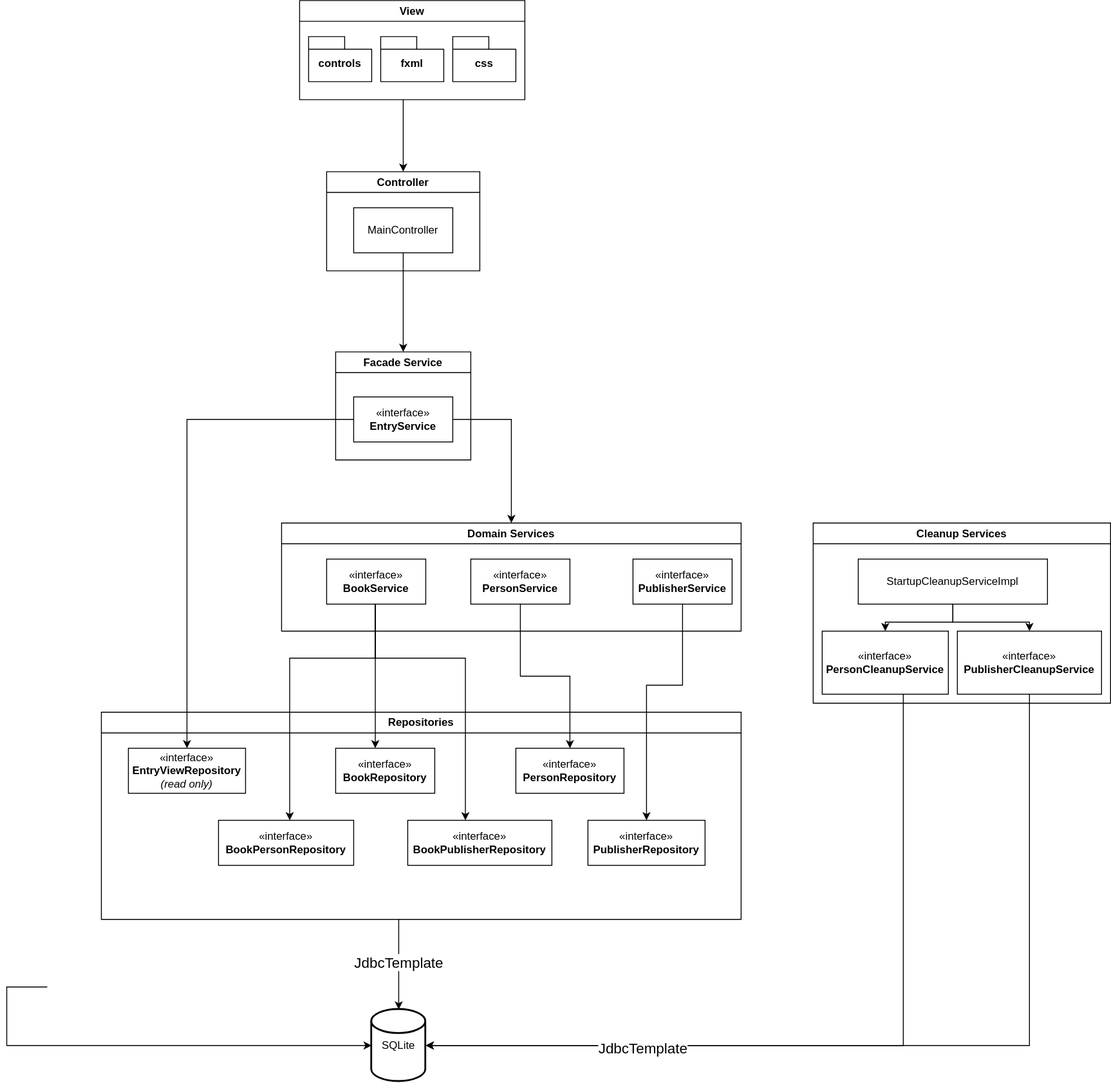
scrVrdn/inventory keeps this draw.io diagram as diagrams/architecture.drawio.svg. Above is the earlier version. Source tidied: cells renumbered, new cells last; positions are measured from the earlier drawing's top-left corner, leaving out a move shared by most shapes.
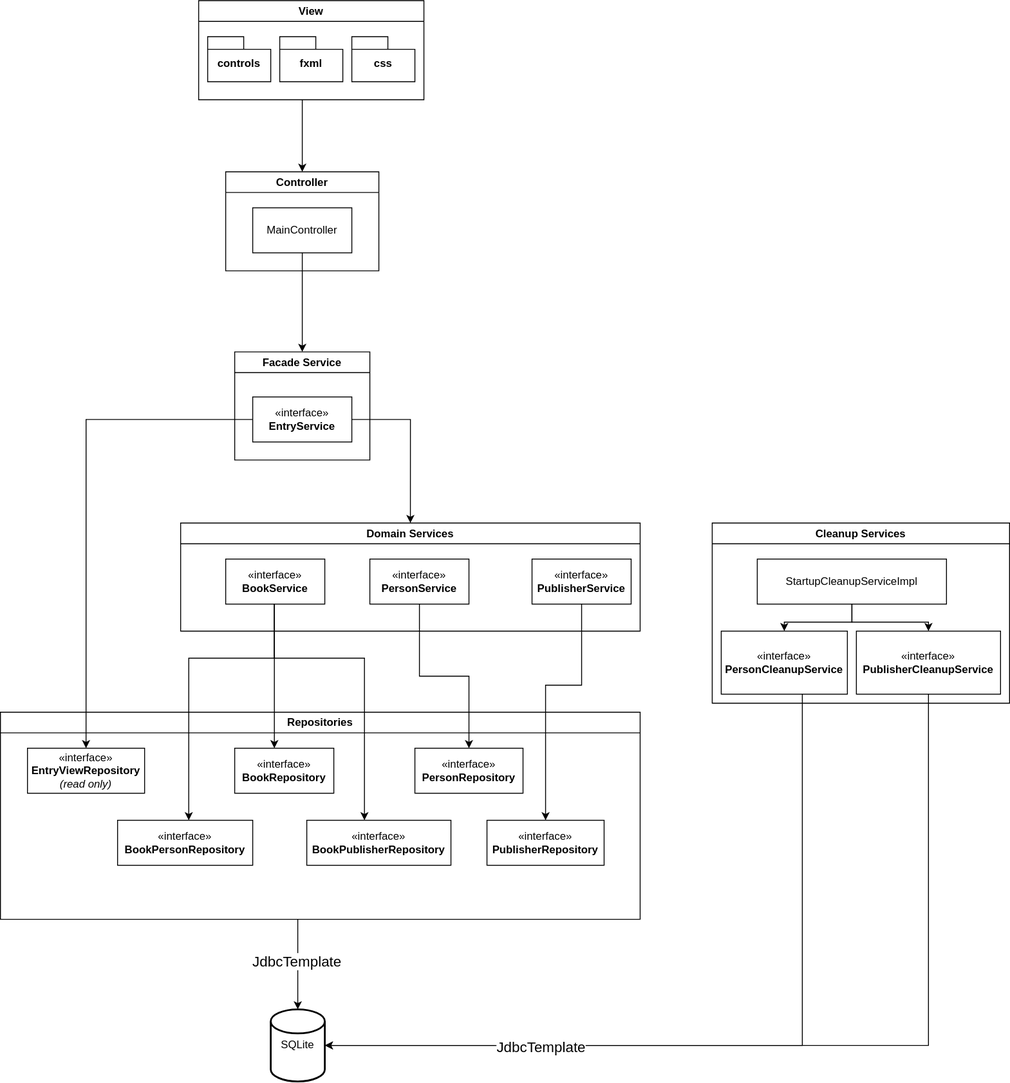
After the change.

The edit, as a diff of the source:
```diff
@@ -172,13 +172,5 @@
     <mxCell id="42" value="&lt;div&gt;&lt;font style=&quot;font-size: 16px;&quot;&gt;JdbcTemplate&lt;/font&gt;&lt;/div&gt;" style="edgeLabel;html=1;align=center;verticalAlign=middle;" parent="41" vertex="1">
       <mxGeometry x="0.55" y="2" relative="1" as="geometry" />
     </mxCell>
-    <mxCell id="43" style="edgeStyle=orthogonalEdgeStyle;rounded=0;jettySize=auto;html=1;" parent="1" edge="1" target="24">
-      <mxGeometry relative="1" as="geometry">
-        <mxPoint x="45" y="1095" as="sourcePoint" />
-        <Array as="points">
-          <mxPoint y="1160" />
-        </Array>
-      </mxGeometry>
-    </mxCell>
   </root>
 </mxGraphModel>
```
